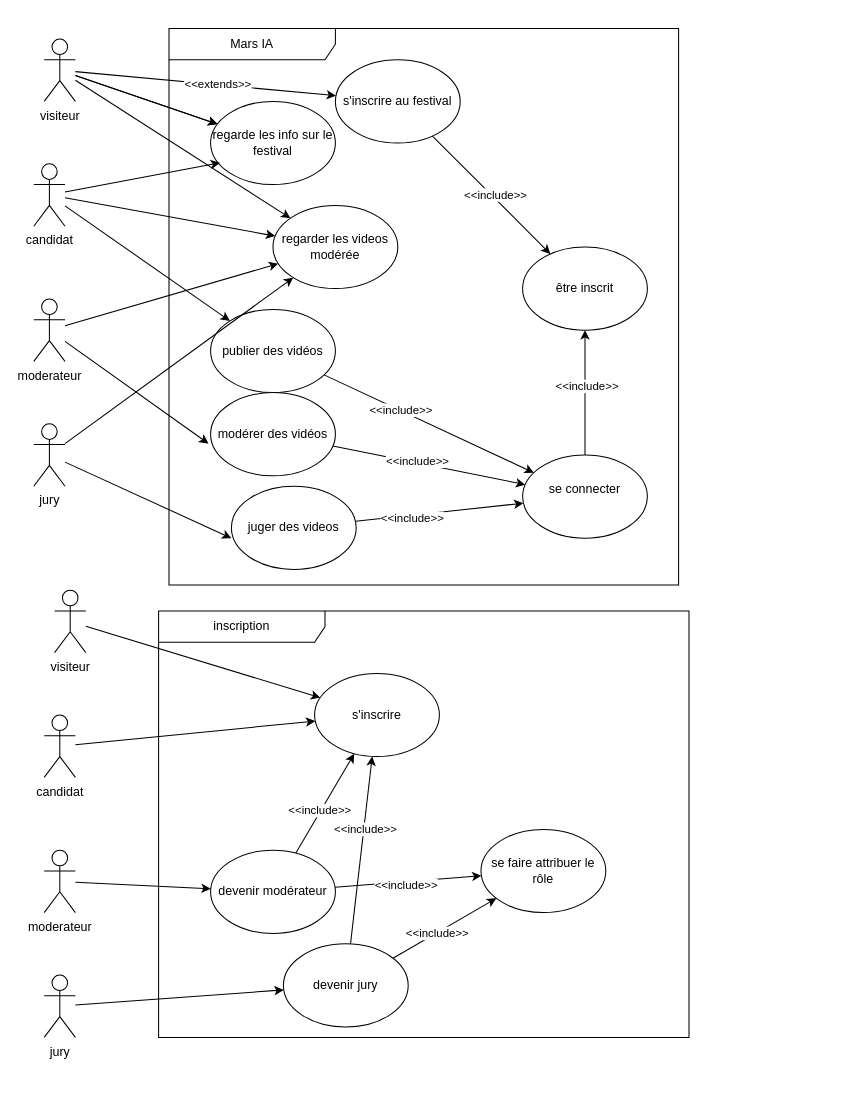
Earlier version of the draw.io diagram page "app" (1 of 2) of docs/Mars IA app.drawio (Gaetan1303/ProjectFestivalIA). Source tidied: cells renumbered, new cells numbered last; positions are measured from the earlier drawing's top-left corner, leaving out a move shared by most shapes. Both pictures are drawn from the tidied source at 104%, with x=0, y=0 at pixel (33, 28).
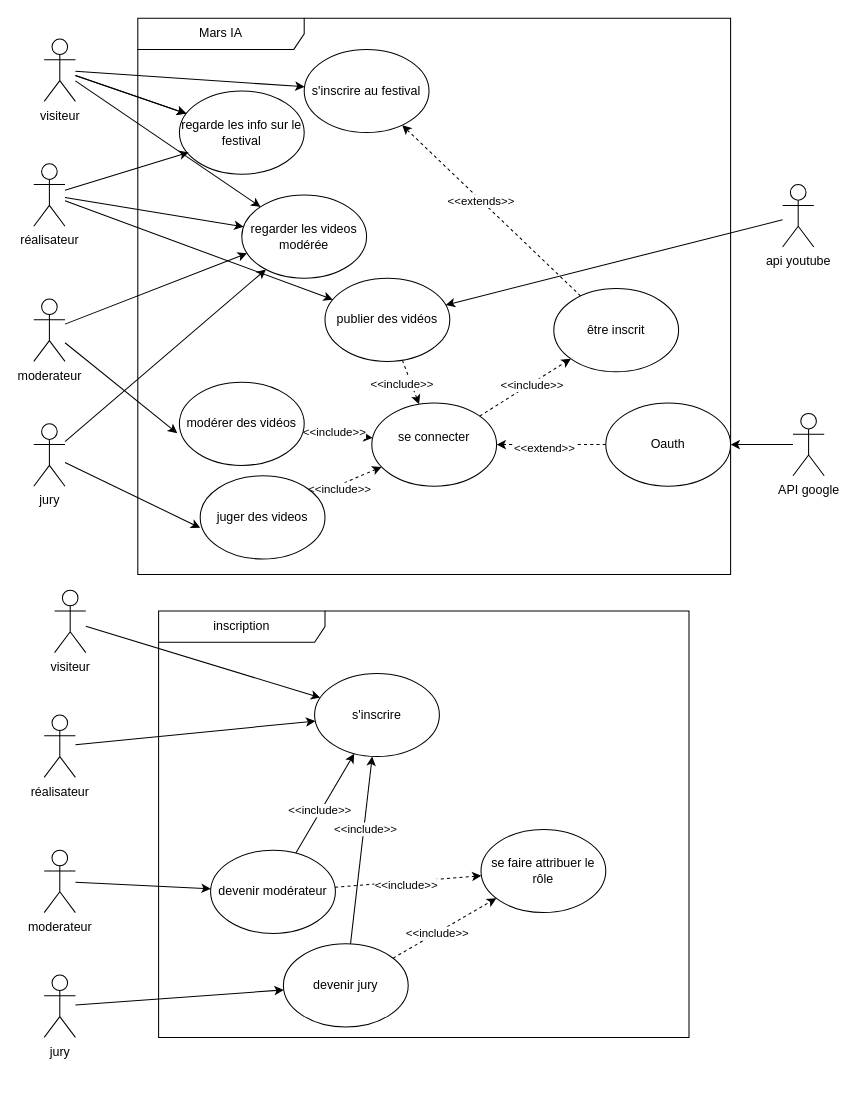
Above is the later version.

Unchanged cells that the change refers to:
```xml
<mxCell id="16" value="juger des videos" style="ellipse;whiteSpace=wrap;html=1;" parent="2" vertex="1">
  <mxGeometry x="60" y="440" width="120" height="80" as="geometry" />
</mxCell>
<mxCell id="20" value="s'inscrire au festival" style="ellipse;whiteSpace=wrap;html=1;" parent="2" vertex="1">
  <mxGeometry x="160" y="30" width="120" height="80" as="geometry" />
</mxCell>
<mxCell id="31" style="edgeStyle=none;rounded=0;jettySize=auto;html=1;" parent="1" edge="1" source="33" target="20">
  <mxGeometry relative="1" as="geometry" />
</mxCell>
<mxCell id="38" value="inscription" style="shape=umlFrame;whiteSpace=wrap;html=1;width=160;" parent="1" vertex="1">
  <mxGeometry x="120" y="560" width="510" height="410" as="geometry" />
</mxCell>
<mxCell id="44" value="devenir modérateur" style="ellipse;whiteSpace=wrap;html=1;" parent="38" vertex="1">
  <mxGeometry x="50" y="230" width="120" height="80" as="geometry" />
</mxCell>
<mxCell id="45" value="se faire attribuer le rôle" style="ellipse;whiteSpace=wrap;html=1;" parent="38" vertex="1">
  <mxGeometry x="310" y="210" width="120" height="80" as="geometry" />
</mxCell>
<mxCell id="50" value="devenir jury" style="ellipse;whiteSpace=wrap;html=1;" parent="38" vertex="1">
  <mxGeometry x="120" y="320" width="120" height="80" as="geometry" />
</mxCell>
```

Change to the diagram source:
```diff
@@
     <mxCell id="2" value="Mars IA" style="shape=umlFrame;whiteSpace=wrap;html=1;width=160;" parent="1" vertex="1">
-      <mxGeometry x="130" width="490" height="535" as="geometry" />
+      <mxGeometry x="100" y="-10" width="570" height="535" as="geometry" />
     </mxCell>
@@
-    <mxCell id="5" style="edgeStyle=none;rounded=0;jettySize=auto;html=1;" parent="2" edge="1" source="7" target="17">
+    <mxCell id="5" style="edgeStyle=none;rounded=0;jettySize=auto;html=1;dashed=1;" parent="2" edge="1" source="7" target="17">
       <mxGeometry relative="1" as="geometry" />
     </mxCell>
@@
     <mxCell id="7" value="&lt;div&gt;se connecter&lt;/div&gt;&lt;div&gt;&lt;br&gt;&lt;/div&gt;" style="ellipse;whiteSpace=wrap;html=1;" parent="2" vertex="1">
-      <mxGeometry x="340" y="410" width="120" height="80" as="geometry" />
+      <mxGeometry x="225" y="370" width="120" height="80" as="geometry" />
     </mxCell>
-    <mxCell id="8" style="edgeStyle=none;rounded=0;jettySize=auto;html=1;" parent="2" edge="1" source="10" target="7">
+    <mxCell id="8" style="edgeStyle=none;rounded=0;jettySize=auto;html=1;dashed=1;" parent="2" edge="1" source="10" target="7">
       <mxGeometry relative="1" as="geometry" />
     </mxCell>
     <mxCell id="9" value="&amp;lt;&amp;lt;include&amp;gt;&amp;gt;" style="edgeLabel;html=1;align=center;verticalAlign=middle;" parent="8" vertex="1">
-      <mxGeometry x="-0.27" y="1" relative="1" as="geometry" />
+      <mxGeometry x="-0.27" y="1" relative="1" as="geometry">
+        <mxPoint x="-8" y="7" as="offset" />
+      </mxGeometry>
     </mxCell>
     <mxCell id="10" value="publier des vidéos" style="ellipse;whiteSpace=wrap;html=1;" parent="2" vertex="1">
-      <mxGeometry x="40" y="270" width="120" height="80" as="geometry" />
+      <mxGeometry x="180" y="250" width="120" height="80" as="geometry" />
     </mxCell>
@@
-    <mxCell id="14" style="edgeStyle=none;rounded=0;jettySize=auto;html=1;" parent="2" edge="1" source="16" target="7">
+    <mxCell id="14" style="edgeStyle=none;rounded=0;jettySize=auto;html=1;dashed=1;" parent="2" edge="1" source="16" target="7">
       <mxGeometry relative="1" as="geometry" />
     </mxCell>
@@
+    <mxCell id="60" style="rounded=0;jettySize=auto;html=1;dashed=1;" parent="2" edge="1" source="17" target="20">
+      <mxGeometry relative="1" as="geometry" />
+    </mxCell>
+    <mxCell id="32" value="&amp;lt;&amp;lt;extends&amp;gt;&amp;gt;" style="edgeLabel;html=1;align=center;verticalAlign=middle;" parent="60" vertex="1">
+      <mxGeometry x="0.12" relative="1" as="geometry" />
+    </mxCell>
     <mxCell id="17" value="être inscrit" style="ellipse;whiteSpace=wrap;html=1;" parent="2" vertex="1">
-      <mxGeometry x="340" y="210" width="120" height="80" as="geometry" />
+      <mxGeometry x="400" y="260" width="120" height="80" as="geometry" />
     </mxCell>
-    <mxCell id="18" style="edgeStyle=none;rounded=0;jettySize=auto;html=1;" parent="2" edge="1" source="20" target="17">
-      <mxGeometry relative="1" as="geometry" />
-    </mxCell>
-    <mxCell id="19" value="&amp;lt;&amp;lt;include&amp;gt;&amp;gt;" style="edgeLabel;html=1;align=center;verticalAlign=middle;" parent="18" vertex="1">
-      <mxGeometry x="0.04" y="4" relative="1" as="geometry">
-        <mxPoint x="-1" as="offset" />
-      </mxGeometry>
-    </mxCell>
@@
+    <mxCell id="61" style="edgeStyle=orthogonalEdgeStyle;rounded=0;jettySize=auto;html=1;dashed=1;" parent="2" edge="1" source="63" target="7">
+      <mxGeometry relative="1" as="geometry" />
+    </mxCell>
+    <mxCell id="62" value="&amp;lt;&amp;lt;extend&amp;gt;&amp;gt;" style="edgeLabel;html=1;align=center;verticalAlign=middle;" parent="61" vertex="1">
+      <mxGeometry x="0.15" y="3" relative="1" as="geometry" />
+    </mxCell>
+    <mxCell id="63" value="Oauth" style="ellipse;whiteSpace=wrap;html=1;" parent="2" vertex="1">
+      <mxGeometry x="450" y="370" width="120" height="80" as="geometry" />
+    </mxCell>
@@
-    <mxCell id="23" value="&lt;div&gt;candidat&lt;/div&gt;" style="shape=umlActor;verticalLabelPosition=bottom;verticalAlign=top;html=1;outlineConnect=0;" parent="1" vertex="1">
+    <mxCell id="23" value="réalisateur" style="shape=umlActor;verticalLabelPosition=bottom;verticalAlign=top;html=1;outlineConnect=0;" parent="1" vertex="1">
       <mxGeometry y="130" width="30" height="60" as="geometry" />
     </mxCell>
@@
-    <mxCell id="32" value="&amp;lt;&amp;lt;extends&amp;gt;&amp;gt;" style="edgeLabel;html=1;align=center;verticalAlign=middle;" parent="31" vertex="1">
-      <mxGeometry x="0.09" relative="1" as="geometry" />
-    </mxCell>
@@
-    <mxCell id="42" style="edgeStyle=none;rounded=0;jettySize=auto;html=1;" parent="38" edge="1" source="44" target="45">
+    <mxCell id="42" style="edgeStyle=none;rounded=0;jettySize=auto;html=1;dashed=1;" parent="38" edge="1" source="44" target="45">
       <mxGeometry relative="1" as="geometry" />
     </mxCell>
@@
-    <mxCell id="48" style="edgeStyle=none;rounded=0;jettySize=auto;html=1;" parent="38" edge="1" source="50" target="45">
+    <mxCell id="48" style="edgeStyle=none;rounded=0;jettySize=auto;html=1;dashed=1;" parent="38" edge="1" source="50" target="45">
       <mxGeometry relative="1" as="geometry" />
     </mxCell>
@@
-    <mxCell id="52" value="&lt;div&gt;candidat&lt;/div&gt;" style="shape=umlActor;verticalLabelPosition=bottom;verticalAlign=top;html=1;outlineConnect=0;" parent="1" vertex="1">
+    <mxCell id="52" value="réalisateur" style="shape=umlActor;verticalLabelPosition=bottom;verticalAlign=top;html=1;outlineConnect=0;" parent="1" vertex="1">
       <mxGeometry x="10" y="660" width="30" height="60" as="geometry" />
     </mxCell>
@@
+    <mxCell id="64" style="rounded=0;jettySize=auto;html=1;" parent="1" edge="1" source="65" target="63">
+      <mxGeometry relative="1" as="geometry" />
+    </mxCell>
+    <mxCell id="65" value="&lt;div&gt;API google&lt;/div&gt;" style="shape=umlActor;verticalLabelPosition=bottom;verticalAlign=top;html=1;outlineConnect=0;" parent="1" vertex="1">
+      <mxGeometry x="730" y="370" width="30" height="60" as="geometry" />
+    </mxCell>
+    <mxCell id="66" style="rounded=0;jettySize=auto;html=1;" parent="1" edge="1" source="67" target="10">
+      <mxGeometry relative="1" as="geometry" />
+    </mxCell>
+    <mxCell id="67" value="api youtube" style="shape=umlActor;verticalLabelPosition=bottom;verticalAlign=top;html=1;outlineConnect=0;" parent="1" vertex="1">
+      <mxGeometry x="720" y="150" width="30" height="60" as="geometry" />
+    </mxCell>
```
